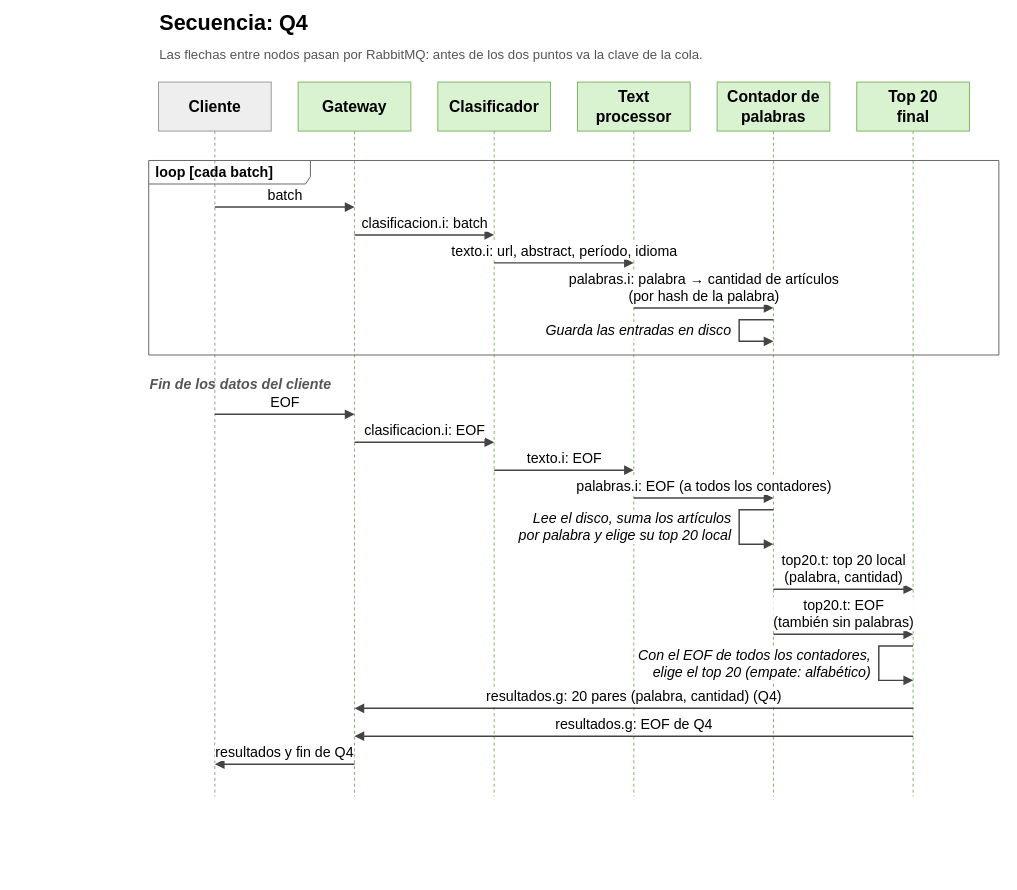
Earlier version of the draw.io diagram page "Secuencia - Q4" (4 of 5) of docs/secuencia.drawio (Cristobal710/tp-final-distribuidos). Source tidied: cells renumbered, new cells numbered last; positions are measured from the earlier drawing's top-left corner, leaving out a move shared by most shapes. Both pictures are drawn from the tidied source at 49%, with x=0, y=0 at pixel (148, 8).
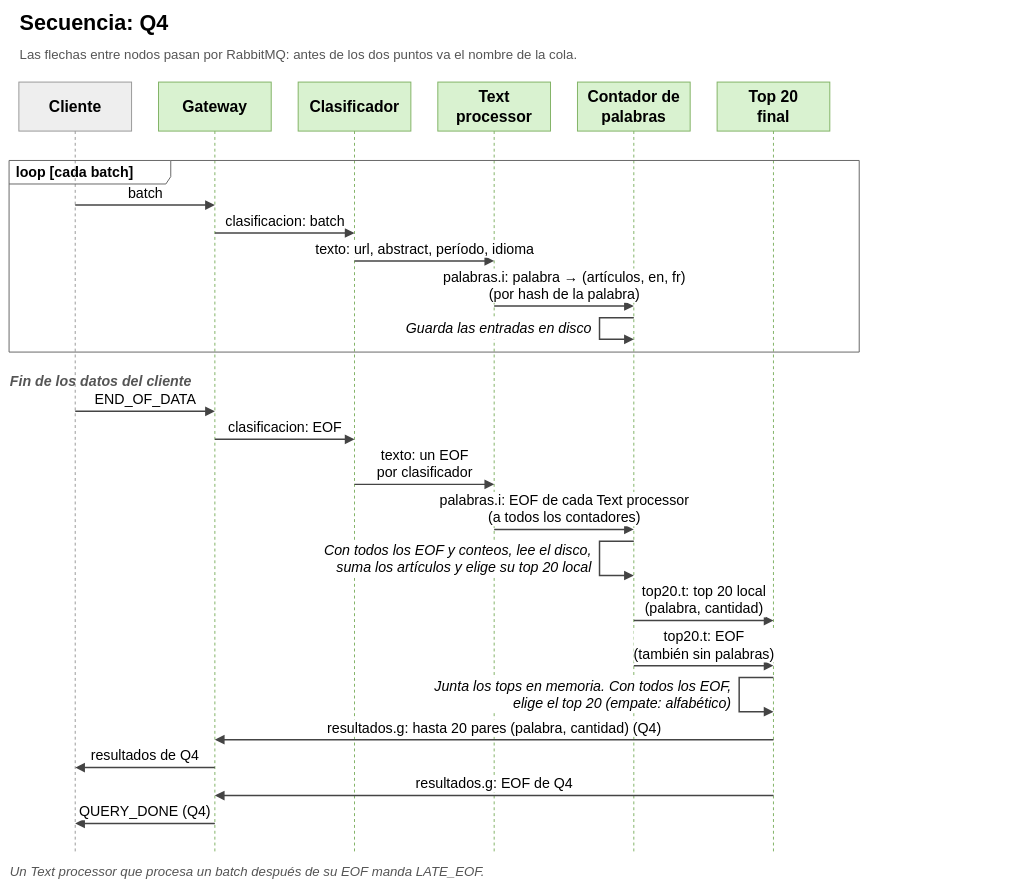
The same diagram, later.

Diff of the diagram source:
```diff
@@
+    <mxCell id="30" value="Cliente" style="shape=umlLifeline;perimeter=lifelinePerimeter;whiteSpace=wrap;html=1;size=100;strokeWidth=2;fontFamily=Calibri;fontSize=32;fontStyle=1;fillColor=#eeeeee;strokeColor=#999999;" parent="1" vertex="1">
+      <mxGeometry x="-265" y="150" width="230" height="1573" as="geometry" />
+    </mxCell>
-    <mxCell id="2" value="Cliente" style="shape=umlLifeline;perimeter=lifelinePerimeter;whiteSpace=wrap;html=1;size=100;strokeWidth=2;fontFamily=Calibri;fontSize=32;fontStyle=1;fillColor=#eeeeee;strokeColor=#999999;" parent="1" vertex="1">
-      <mxGeometry x="20" y="150" width="230" height="1458" as="geometry" />
+    <mxCell id="2" value="Gateway" style="shape=umlLifeline;perimeter=lifelinePerimeter;whiteSpace=wrap;html=1;size=100;strokeWidth=2;fontFamily=Calibri;fontSize=32;fontStyle=1;fillColor=#d9f2d0;strokeColor=#82b366;" parent="1" vertex="1">
+      <mxGeometry x="20" y="150" width="230" height="1573" as="geometry" />
     </mxCell>
-    <mxCell id="3" value="Gateway" style="shape=umlLifeline;perimeter=lifelinePerimeter;whiteSpace=wrap;html=1;size=100;strokeWidth=2;fontFamily=Calibri;fontSize=32;fontStyle=1;fillColor=#d9f2d0;strokeColor=#82b366;" parent="1" vertex="1">
-      <mxGeometry x="305" y="150" width="230" height="1458" as="geometry" />
+    <mxCell id="3" value="Clasificador" style="shape=umlLifeline;perimeter=lifelinePerimeter;whiteSpace=wrap;html=1;size=100;strokeWidth=2;fontFamily=Calibri;fontSize=32;fontStyle=1;fillColor=#d9f2d0;strokeColor=#82b366;" parent="1" vertex="1">
+      <mxGeometry x="305" y="150" width="230" height="1573" as="geometry" />
     </mxCell>
-    <mxCell id="4" value="Clasificador" style="shape=umlLifeline;perimeter=lifelinePerimeter;whiteSpace=wrap;html=1;size=100;strokeWidth=2;fontFamily=Calibri;fontSize=32;fontStyle=1;fillColor=#d9f2d0;strokeColor=#82b366;" parent="1" vertex="1">
-      <mxGeometry x="590" y="150" width="230" height="1458" as="geometry" />
+    <mxCell id="4" value="Text&lt;br&gt;processor" style="shape=umlLifeline;perimeter=lifelinePerimeter;whiteSpace=wrap;html=1;size=100;strokeWidth=2;fontFamily=Calibri;fontSize=32;fontStyle=1;fillColor=#d9f2d0;strokeColor=#82b366;" parent="1" vertex="1">
+      <mxGeometry x="590" y="150" width="230" height="1573" as="geometry" />
     </mxCell>
-    <mxCell id="5" value="Text&lt;br&gt;processor" style="shape=umlLifeline;perimeter=lifelinePerimeter;whiteSpace=wrap;html=1;size=100;strokeWidth=2;fontFamily=Calibri;fontSize=32;fontStyle=1;fillColor=#d9f2d0;strokeColor=#82b366;" parent="1" vertex="1">
-      <mxGeometry x="875" y="150" width="230" height="1458" as="geometry" />
+    <mxCell id="5" value="Contador de&lt;br&gt;palabras" style="shape=umlLifeline;perimeter=lifelinePerimeter;whiteSpace=wrap;html=1;size=100;strokeWidth=2;fontFamily=Calibri;fontSize=32;fontStyle=1;fillColor=#d9f2d0;strokeColor=#82b366;" parent="1" vertex="1">
+      <mxGeometry x="875" y="150" width="230" height="1573" as="geometry" />
     </mxCell>
-    <mxCell id="6" value="Contador de&lt;br&gt;palabras" style="shape=umlLifeline;perimeter=lifelinePerimeter;whiteSpace=wrap;html=1;size=100;strokeWidth=2;fontFamily=Calibri;fontSize=32;fontStyle=1;fillColor=#d9f2d0;strokeColor=#82b366;" parent="1" vertex="1">
-      <mxGeometry x="1160" y="150" width="230" height="1458" as="geometry" />
+    <mxCell id="6" value="Top 20&lt;br&gt;final" style="shape=umlLifeline;perimeter=lifelinePerimeter;whiteSpace=wrap;html=1;size=100;strokeWidth=2;fontFamily=Calibri;fontSize=32;fontStyle=1;fillColor=#d9f2d0;strokeColor=#82b366;" parent="1" vertex="1">
+      <mxGeometry x="1160" y="150" width="230" height="1573" as="geometry" />
     </mxCell>
-    <mxCell id="7" value="Top 20&lt;br&gt;final" style="shape=umlLifeline;perimeter=lifelinePerimeter;whiteSpace=wrap;html=1;size=100;strokeWidth=2;fontFamily=Calibri;fontSize=32;fontStyle=1;fillColor=#d9f2d0;strokeColor=#82b366;" parent="1" vertex="1">
-      <mxGeometry x="1445" y="150" width="230" height="1458" as="geometry" />
+    <mxCell id="7" value="&lt;b&gt;Secuencia: Q4&lt;/b&gt;" style="text;html=1;align=left;verticalAlign=middle;fontFamily=Calibri;fontSize=44;" parent="1" vertex="1">
+      <mxGeometry x="-265" width="1695" height="60" as="geometry" />
     </mxCell>
+    <mxCell id="31" value="Las flechas entre nodos pasan por RabbitMQ: antes de los dos puntos va el nombre de la cola." style="text;html=1;align=left;verticalAlign=middle;whiteSpace=wrap;fontFamily=Calibri;fontSize=27;fontColor=#555555;" parent="1" vertex="1">
+      <mxGeometry x="-265" y="65" width="1695" height="60" as="geometry" />
+    </mxCell>
+    <mxCell id="32" value="Un Text processor que procesa un batch después de su EOF manda LATE_EOF." style="text;html=1;align=left;verticalAlign=middle;fontFamily=Calibri;fontSize=27;fontStyle=2;fontColor=#555555;" parent="1" vertex="1">
+      <mxGeometry x="-285" y="1739" width="1695" height="44" as="geometry" />
+    </mxCell>
-    <mxCell id="8" value="&lt;b&gt;Secuencia: Q4&lt;/b&gt;" style="text;html=1;align=left;verticalAlign=middle;fontFamily=Calibri;fontSize=44;" parent="1" vertex="1">
-      <mxGeometry x="20" width="1735" height="60" as="geometry" />
+    <mxCell id="8" value="batch" style="html=1;verticalAlign=bottom;labelBackgroundColor=#ffffff;strokeWidth=3;strokeColor=#444444;fontFamily=Calibri;fontSize=29;spacingBottom=4;endArrow=block;endFill=1;endSize=12;" parent="1" edge="1">
+      <mxGeometry relative="1" as="geometry">
+        <mxPoint x="-150" y="401" as="sourcePoint" />
+        <mxPoint x="135" y="401" as="targetPoint" />
+      </mxGeometry>
     </mxCell>
-    <mxCell id="9" value="Las flechas entre nodos pasan por RabbitMQ: antes de los dos puntos va la clave de la cola." style="text;html=1;align=left;verticalAlign=middle;whiteSpace=wrap;fontFamily=Calibri;fontSize=27;fontColor=#555555;" parent="1" vertex="1">
-      <mxGeometry x="20" y="65" width="1735" height="60" as="geometry" />
+    <mxCell id="9" value="clasificacion: batch" style="html=1;verticalAlign=bottom;labelBackgroundColor=#ffffff;strokeWidth=3;strokeColor=#444444;fontFamily=Calibri;fontSize=29;spacingBottom=4;endArrow=block;endFill=1;endSize=12;" parent="1" edge="1">
+      <mxGeometry relative="1" as="geometry">
+        <mxPoint x="135" y="458" as="sourcePoint" />
+        <mxPoint x="420" y="458" as="targetPoint" />
+      </mxGeometry>
     </mxCell>
-    <mxCell id="10" value="batch" style="html=1;verticalAlign=bottom;labelBackgroundColor=#ffffff;strokeWidth=3;strokeColor=#444444;fontFamily=Calibri;fontSize=29;spacingBottom=4;endArrow=block;endFill=1;endSize=12;" parent="1" edge="1">
+    <mxCell id="10" value="texto: url, abstract, período, idioma" style="html=1;verticalAlign=bottom;labelBackgroundColor=#ffffff;strokeWidth=3;strokeColor=#444444;fontFamily=Calibri;fontSize=29;spacingBottom=4;endArrow=block;endFill=1;endSize=12;" parent="1" edge="1">
       <mxGeometry relative="1" as="geometry">
-        <mxPoint x="135" y="405" as="sourcePoint" />
-        <mxPoint x="420" y="405" as="targetPoint" />
+        <mxPoint x="420" y="515" as="sourcePoint" />
+        <mxPoint x="705" y="515" as="targetPoint" />
       </mxGeometry>
     </mxCell>
-    <mxCell id="11" value="clasificacion.i: batch" style="html=1;verticalAlign=bottom;labelBackgroundColor=#ffffff;strokeWidth=3;strokeColor=#444444;fontFamily=Calibri;fontSize=29;spacingBottom=4;endArrow=block;endFill=1;endSize=12;" parent="1" edge="1">
+    <mxCell id="11" value="palabras.i: palabra → (artículos, en, fr)&lt;br&gt;(por hash de la palabra)" style="html=1;verticalAlign=bottom;labelBackgroundColor=#ffffff;strokeWidth=3;strokeColor=#444444;fontFamily=Calibri;fontSize=29;spacingBottom=4;endArrow=block;endFill=1;endSize=12;" parent="1" edge="1">
       <mxGeometry relative="1" as="geometry">
-        <mxPoint x="420" y="462" as="sourcePoint" />
-        <mxPoint x="705" y="462" as="targetPoint" />
+        <mxPoint x="705" y="607" as="sourcePoint" />
+        <mxPoint x="990" y="607" as="targetPoint" />
       </mxGeometry>
     </mxCell>
-    <mxCell id="12" value="texto.i: url, abstract, período, idioma" style="html=1;verticalAlign=bottom;labelBackgroundColor=#ffffff;strokeWidth=3;strokeColor=#444444;fontFamily=Calibri;fontSize=29;spacingBottom=4;endArrow=block;endFill=1;endSize=12;" parent="1" edge="1">
+    <mxCell id="12" style="html=1;rounded=0;strokeWidth=3;strokeColor=#444444;endArrow=block;endFill=1;endSize=12;" parent="1" edge="1">
       <mxGeometry relative="1" as="geometry">
-        <mxPoint x="705" y="519" as="sourcePoint" />
-        <mxPoint x="990" y="519" as="targetPoint" />
+        <mxPoint x="990" y="631" as="sourcePoint" />
+        <mxPoint x="990" y="675" as="targetPoint" />
+        <Array as="points">
+          <mxPoint x="920" y="631" />
+          <mxPoint x="920" y="675" />
+        </Array>
       </mxGeometry>
     </mxCell>
-    <mxCell id="13" value="palabras.i: palabra → cantidad de artículos&lt;br&gt;(por hash de la palabra)" style="html=1;verticalAlign=bottom;labelBackgroundColor=#ffffff;strokeWidth=3;strokeColor=#444444;fontFamily=Calibri;fontSize=29;spacingBottom=4;endArrow=block;endFill=1;endSize=12;" parent="1" edge="1">
-      <mxGeometry relative="1" as="geometry">
-        <mxPoint x="990" y="611" as="sourcePoint" />
-        <mxPoint x="1275" y="611" as="targetPoint" />
-      </mxGeometry>
+    <mxCell id="13" value="Guarda las entradas en disco" style="text;html=1;align=right;verticalAlign=middle;fontFamily=Calibri;fontSize=29;fontStyle=2;fillColor=#ffffff;" parent="1" vertex="1">
+      <mxGeometry x="465" y="631" width="440" height="44" as="geometry" />
     </mxCell>
-    <mxCell id="14" style="html=1;rounded=0;strokeWidth=3;strokeColor=#444444;endArrow=block;endFill=1;endSize=12;" parent="1" edge="1">
-      <mxGeometry relative="1" as="geometry">
-        <mxPoint x="1275" y="635" as="sourcePoint" />
-        <mxPoint x="1275" y="679" as="targetPoint" />
-        <Array as="points">
-          <mxPoint x="1205" y="635" />
-          <mxPoint x="1205" y="679" />
-        </Array>
-      </mxGeometry>
+    <mxCell id="14" value="loop [cada batch]" style="shape=umlFrame;whiteSpace=wrap;html=1;width=330;height=48;boundedLbl=1;verticalAlign=middle;align=left;spacingLeft=12;strokeWidth=2;strokeColor=#666666;fillColor=none;fontFamily=Calibri;fontSize=29;fontStyle=1;" parent="1" vertex="1">
+      <mxGeometry x="-285" y="310" width="1735" height="391" as="geometry" />
     </mxCell>
-    <mxCell id="15" value="Guarda las entradas en disco" style="text;html=1;align=right;verticalAlign=middle;fontFamily=Calibri;fontSize=29;fontStyle=2;fillColor=#ffffff;" parent="1" vertex="1">
-      <mxGeometry x="750" y="639.5" width="440" height="35" as="geometry" />
+    <mxCell id="15" value="Fin de los datos del cliente" style="text;html=1;align=left;verticalAlign=middle;fontFamily=Calibri;fontSize=29;fontStyle=3;fontColor=#555555;" parent="1" vertex="1">
+      <mxGeometry x="-285" y="739" width="1695" height="44" as="geometry" />
     </mxCell>
-    <mxCell id="16" value="loop [cada batch]" style="shape=umlFrame;whiteSpace=wrap;html=1;width=330;height=48;boundedLbl=1;verticalAlign=middle;align=left;spacingLeft=12;strokeWidth=2;strokeColor=#666666;fillColor=none;fontFamily=Calibri;fontSize=29;fontStyle=1;" parent="1" vertex="1">
-      <mxGeometry y="310" width="1735" height="397" as="geometry" />
+    <mxCell id="16" value="END_OF_DATA" style="html=1;verticalAlign=bottom;labelBackgroundColor=#ffffff;strokeWidth=3;strokeColor=#444444;fontFamily=Calibri;fontSize=29;spacingBottom=4;endArrow=block;endFill=1;endSize=12;" parent="1" edge="1">
+      <mxGeometry relative="1" as="geometry">
+        <mxPoint x="-150" y="822" as="sourcePoint" />
+        <mxPoint x="135" y="822" as="targetPoint" />
+      </mxGeometry>
     </mxCell>
-    <mxCell id="17" value="Fin de los datos del cliente" style="text;html=1;align=left;verticalAlign=middle;fontFamily=Calibri;fontSize=29;fontStyle=3;fontColor=#555555;" parent="1" vertex="1">
-      <mxGeometry y="745" width="1755" height="44" as="geometry" />
+    <mxCell id="17" value="clasificacion: EOF" style="html=1;verticalAlign=bottom;labelBackgroundColor=#ffffff;strokeWidth=3;strokeColor=#444444;fontFamily=Calibri;fontSize=29;spacingBottom=4;endArrow=block;endFill=1;endSize=12;" parent="1" edge="1">
+      <mxGeometry relative="1" as="geometry">
+        <mxPoint x="135" y="879" as="sourcePoint" />
+        <mxPoint x="420" y="879" as="targetPoint" />
+      </mxGeometry>
     </mxCell>
-    <mxCell id="18" value="EOF" style="html=1;verticalAlign=bottom;labelBackgroundColor=#ffffff;strokeWidth=3;strokeColor=#444444;fontFamily=Calibri;fontSize=29;spacingBottom=4;endArrow=block;endFill=1;endSize=12;" parent="1" edge="1">
+    <mxCell id="18" value="texto: un EOF&lt;br&gt;por clasificador" style="html=1;verticalAlign=bottom;labelBackgroundColor=#ffffff;strokeWidth=3;strokeColor=#444444;fontFamily=Calibri;fontSize=29;spacingBottom=4;endArrow=block;endFill=1;endSize=12;" parent="1" edge="1">
       <mxGeometry relative="1" as="geometry">
-        <mxPoint x="135" y="828" as="sourcePoint" />
-        <mxPoint x="420" y="828" as="targetPoint" />
+        <mxPoint x="420" y="971" as="sourcePoint" />
+        <mxPoint x="705" y="971" as="targetPoint" />
       </mxGeometry>
     </mxCell>
-    <mxCell id="19" value="clasificacion.i: EOF" style="html=1;verticalAlign=bottom;labelBackgroundColor=#ffffff;strokeWidth=3;strokeColor=#444444;fontFamily=Calibri;fontSize=29;spacingBottom=4;endArrow=block;endFill=1;endSize=12;" parent="1" edge="1">
+    <mxCell id="19" value="palabras.i: EOF de cada Text processor&lt;br&gt;(a todos los contadores)" style="html=1;verticalAlign=bottom;labelBackgroundColor=#ffffff;strokeWidth=3;strokeColor=#444444;fontFamily=Calibri;fontSize=29;spacingBottom=4;endArrow=block;endFill=1;endSize=12;" parent="1" edge="1">
       <mxGeometry relative="1" as="geometry">
-        <mxPoint x="420" y="885" as="sourcePoint" />
-        <mxPoint x="705" y="885" as="targetPoint" />
+        <mxPoint x="705" y="1063" as="sourcePoint" />
+        <mxPoint x="990" y="1063" as="targetPoint" />
       </mxGeometry>
     </mxCell>
-    <mxCell id="20" value="texto.i: EOF" style="html=1;verticalAlign=bottom;labelBackgroundColor=#ffffff;strokeWidth=3;strokeColor=#444444;fontFamily=Calibri;fontSize=29;spacingBottom=4;endArrow=block;endFill=1;endSize=12;" parent="1" edge="1">
+    <mxCell id="20" style="html=1;rounded=0;strokeWidth=3;strokeColor=#444444;endArrow=block;endFill=1;endSize=12;" parent="1" edge="1">
       <mxGeometry relative="1" as="geometry">
-        <mxPoint x="705" y="942" as="sourcePoint" />
-        <mxPoint x="990" y="942" as="targetPoint" />
+        <mxPoint x="990" y="1087" as="sourcePoint" />
+        <mxPoint x="990" y="1157" as="targetPoint" />
+        <Array as="points">
+          <mxPoint x="920" y="1087" />
+          <mxPoint x="920" y="1157" />
+        </Array>
       </mxGeometry>
     </mxCell>
-    <mxCell id="21" value="palabras.i: EOF (a todos los contadores)" style="html=1;verticalAlign=bottom;labelBackgroundColor=#ffffff;strokeWidth=3;strokeColor=#444444;fontFamily=Calibri;fontSize=29;spacingBottom=4;endArrow=block;endFill=1;endSize=12;" parent="1" edge="1">
-      <mxGeometry relative="1" as="geometry">
-        <mxPoint x="990" y="999" as="sourcePoint" />
-        <mxPoint x="1275" y="999" as="targetPoint" />
-      </mxGeometry>
+    <mxCell id="21" value="Con todos los EOF y conteos, lee el disco,&lt;br&gt;suma los artículos y elige su top 20 local" style="text;html=1;align=right;verticalAlign=middle;fontFamily=Calibri;fontSize=29;fontStyle=2;fillColor=#ffffff;" parent="1" vertex="1">
+      <mxGeometry x="305" y="1087" width="600" height="70" as="geometry" />
     </mxCell>
-    <mxCell id="22" style="html=1;rounded=0;strokeWidth=3;strokeColor=#444444;endArrow=block;endFill=1;endSize=12;" parent="1" edge="1">
+    <mxCell id="22" value="top20.t: top 20 local&lt;br&gt;(palabra, cantidad)" style="html=1;verticalAlign=bottom;labelBackgroundColor=#ffffff;strokeWidth=3;strokeColor=#444444;fontFamily=Calibri;fontSize=29;spacingBottom=4;endArrow=block;endFill=1;endSize=12;" parent="1" edge="1">
       <mxGeometry relative="1" as="geometry">
-        <mxPoint x="1275" y="1023" as="sourcePoint" />
-        <mxPoint x="1275" y="1093" as="targetPoint" />
-        <Array as="points">
-          <mxPoint x="1205" y="1023" />
-          <mxPoint x="1205" y="1093" />
-        </Array>
+        <mxPoint x="990" y="1249" as="sourcePoint" />
+        <mxPoint x="1275" y="1249" as="targetPoint" />
       </mxGeometry>
     </mxCell>
-    <mxCell id="23" value="Lee el disco, suma los artículos&lt;br&gt;por palabra y elige su top 20 local" style="text;html=1;align=right;verticalAlign=middle;fontFamily=Calibri;fontSize=29;fontStyle=2;fillColor=#ffffff;" parent="1" vertex="1">
-      <mxGeometry x="750" y="1023" width="440" height="70" as="geometry" />
+    <mxCell id="23" value="top20.t: EOF&lt;br&gt;(también sin palabras)" style="html=1;verticalAlign=bottom;labelBackgroundColor=#ffffff;strokeWidth=3;strokeColor=#444444;fontFamily=Calibri;fontSize=29;spacingBottom=4;endArrow=block;endFill=1;endSize=12;" parent="1" edge="1">
+      <mxGeometry relative="1" as="geometry">
+        <mxPoint x="990" y="1341" as="sourcePoint" />
+        <mxPoint x="1275" y="1341" as="targetPoint" />
+      </mxGeometry>
     </mxCell>
-    <mxCell id="24" value="top20.t: top 20 local&lt;br&gt;(palabra, cantidad)" style="html=1;verticalAlign=bottom;labelBackgroundColor=#ffffff;strokeWidth=3;strokeColor=#444444;fontFamily=Calibri;fontSize=29;spacingBottom=4;endArrow=block;endFill=1;endSize=12;" parent="1" edge="1">
+    <mxCell id="24" style="html=1;rounded=0;strokeWidth=3;strokeColor=#444444;endArrow=block;endFill=1;endSize=12;" parent="1" edge="1">
       <mxGeometry relative="1" as="geometry">
-        <mxPoint x="1275" y="1185" as="sourcePoint" />
-        <mxPoint x="1560" y="1185" as="targetPoint" />
+        <mxPoint x="1275" y="1365" as="sourcePoint" />
+        <mxPoint x="1275" y="1435" as="targetPoint" />
+        <Array as="points">
+          <mxPoint x="1205" y="1365" />
+          <mxPoint x="1205" y="1435" />
+        </Array>
       </mxGeometry>
     </mxCell>
-    <mxCell id="25" value="top20.t: EOF&lt;br&gt;(también sin palabras)" style="html=1;verticalAlign=bottom;labelBackgroundColor=#ffffff;strokeWidth=3;strokeColor=#444444;fontFamily=Calibri;fontSize=29;spacingBottom=4;endArrow=block;endFill=1;endSize=12;" parent="1" edge="1">
-      <mxGeometry relative="1" as="geometry">
-        <mxPoint x="1275" y="1277" as="sourcePoint" />
-        <mxPoint x="1560" y="1277" as="targetPoint" />
-      </mxGeometry>
+    <mxCell id="25" value="Junta los tops en memoria. Con todos los EOF,&lt;br&gt;elige el top 20 (empate: alfabético)" style="text;html=1;align=right;verticalAlign=middle;fontFamily=Calibri;fontSize=29;fontStyle=2;fillColor=#ffffff;" parent="1" vertex="1">
+      <mxGeometry x="570" y="1365" width="620" height="70" as="geometry" />
     </mxCell>
-    <mxCell id="26" style="html=1;rounded=0;strokeWidth=3;strokeColor=#444444;endArrow=block;endFill=1;endSize=12;" parent="1" edge="1">
+    <mxCell id="26" value="resultados.g: hasta 20 pares (palabra, cantidad) (Q4)" style="html=1;verticalAlign=bottom;labelBackgroundColor=#ffffff;strokeWidth=3;strokeColor=#444444;fontFamily=Calibri;fontSize=29;spacingBottom=4;endArrow=block;endFill=1;endSize=12;" parent="1" edge="1">
       <mxGeometry relative="1" as="geometry">
-        <mxPoint x="1560" y="1301" as="sourcePoint" />
-        <mxPoint x="1560" y="1371" as="targetPoint" />
-        <Array as="points">
-          <mxPoint x="1490" y="1301" />
-          <mxPoint x="1490" y="1371" />
-        </Array>
+        <mxPoint x="1275" y="1492" as="sourcePoint" />
+        <mxPoint x="135" y="1492" as="targetPoint" />
       </mxGeometry>
     </mxCell>
-    <mxCell id="27" value="Con el EOF de todos los contadores,&lt;br&gt;elige el top 20 (empate: alfabético)" style="text;html=1;align=right;verticalAlign=middle;fontFamily=Calibri;fontSize=29;fontStyle=2;fillColor=#ffffff;" parent="1" vertex="1">
-      <mxGeometry x="1035" y="1301" width="440" height="70" as="geometry" />
+    <mxCell id="27" value="resultados de Q4" style="html=1;verticalAlign=bottom;labelBackgroundColor=#ffffff;strokeWidth=3;strokeColor=#444444;fontFamily=Calibri;fontSize=29;spacingBottom=4;endArrow=block;endFill=1;endSize=12;" parent="1" edge="1">
+      <mxGeometry relative="1" as="geometry">
+        <mxPoint x="135" y="1549" as="sourcePoint" />
+        <mxPoint x="-150" y="1549" as="targetPoint" />
+      </mxGeometry>
     </mxCell>
-    <mxCell id="28" value="resultados.g: 20 pares (palabra, cantidad) (Q4)" style="html=1;verticalAlign=bottom;labelBackgroundColor=#ffffff;strokeWidth=3;strokeColor=#444444;fontFamily=Calibri;fontSize=29;spacingBottom=4;endArrow=block;endFill=1;endSize=12;" parent="1" edge="1">
+    <mxCell id="28" value="resultados.g: EOF de Q4" style="html=1;verticalAlign=bottom;labelBackgroundColor=#ffffff;strokeWidth=3;strokeColor=#444444;fontFamily=Calibri;fontSize=29;spacingBottom=4;endArrow=block;endFill=1;endSize=12;" parent="1" edge="1">
       <mxGeometry relative="1" as="geometry">
-        <mxPoint x="1560" y="1428" as="sourcePoint" />
-        <mxPoint x="420" y="1428" as="targetPoint" />
+        <mxPoint x="1275" y="1606" as="sourcePoint" />
+        <mxPoint x="135" y="1606" as="targetPoint" />
       </mxGeometry>
     </mxCell>
-    <mxCell id="29" value="resultados.g: EOF de Q4" style="html=1;verticalAlign=bottom;labelBackgroundColor=#ffffff;strokeWidth=3;strokeColor=#444444;fontFamily=Calibri;fontSize=29;spacingBottom=4;endArrow=block;endFill=1;endSize=12;" parent="1" edge="1">
+    <mxCell id="29" value="QUERY_DONE (Q4)" style="html=1;verticalAlign=bottom;labelBackgroundColor=#ffffff;strokeWidth=3;strokeColor=#444444;fontFamily=Calibri;fontSize=29;spacingBottom=4;endArrow=block;endFill=1;endSize=12;" parent="1" edge="1">
       <mxGeometry relative="1" as="geometry">
-        <mxPoint x="1560" y="1485" as="sourcePoint" />
-        <mxPoint x="420" y="1485" as="targetPoint" />
+        <mxPoint x="135" y="1663" as="sourcePoint" />
+        <mxPoint x="-150" y="1663" as="targetPoint" />
       </mxGeometry>
     </mxCell>
-    <mxCell id="30" value="resultados y fin de Q4" style="html=1;verticalAlign=bottom;labelBackgroundColor=#ffffff;strokeWidth=3;strokeColor=#444444;fontFamily=Calibri;fontSize=29;spacingBottom=4;endArrow=block;endFill=1;endSize=12;" parent="1" edge="1">
-      <mxGeometry relative="1" as="geometry">
-        <mxPoint x="420" y="1542" as="sourcePoint" />
-        <mxPoint x="135" y="1542" as="targetPoint" />
-      </mxGeometry>
-    </mxCell>
```
